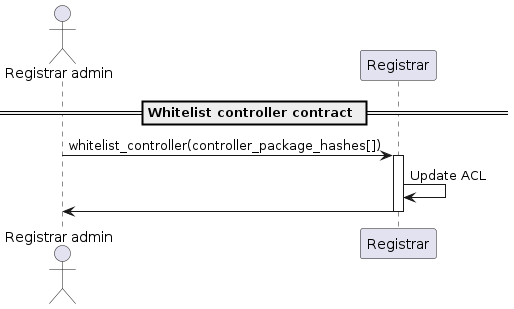
Before: docs/sequence-diagrams/puml/whitelist-controller.png, a diagram exported from PlantUML (make-software/cspr-name-contracts).
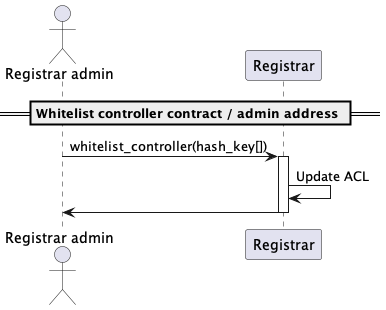
Above is the later version.

The edit, as a diff of the source:
```diff
@@ -3,9 +3,9 @@
 actor "Registrar admin"
 participant "Registrar"
 
-== Whitelist controller contract ==
+== Whitelist controller contract / admin address ==
 
-"Registrar admin" -> "Registrar": whitelist_controller(controller_package_hashes[])
+"Registrar admin" -> "Registrar": whitelist_controller(hash_key[])
 activate "Registrar"
 "Registrar" -> "Registrar": Update ACL
 "Registrar" -> "Registrar admin"
```
